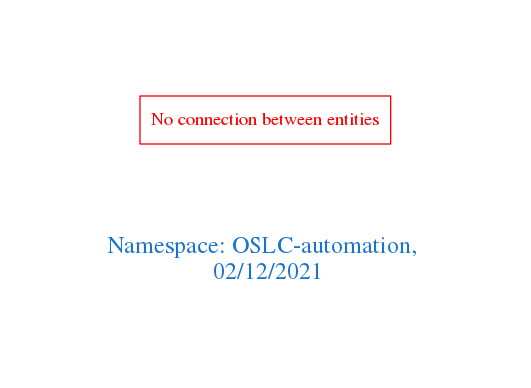
The Graphviz diagram downloads/OSLC-automation.png in arago/OGIT, before a commit. Its source is kept beside it as downloads/OSLC-automation.dot.
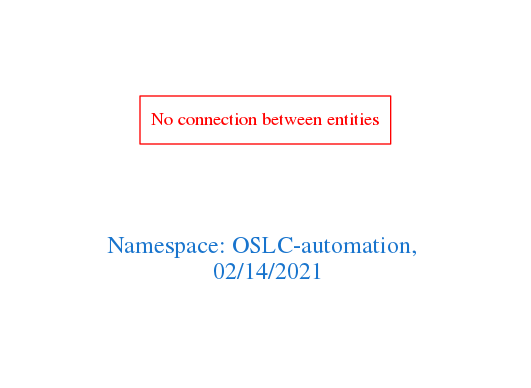
Later version of the same file.

Diff of the diagram source:
```diff
@@ -1,7 +1,7 @@
 digraph OGIT_ontology {
  graph [ rankdir= LR,pad=1
 fontsize = 18,
-fontcolor= dodgerblue3,label = "\n\n\nNamespace: OSLC-automation, \n 02/12/2021"];
+fontcolor= dodgerblue3,label = "\n\n\nNamespace: OSLC-automation, \n 02/14/2021"];
 node[shape=polygon];
 edge [  color="gray81"];
 
```
